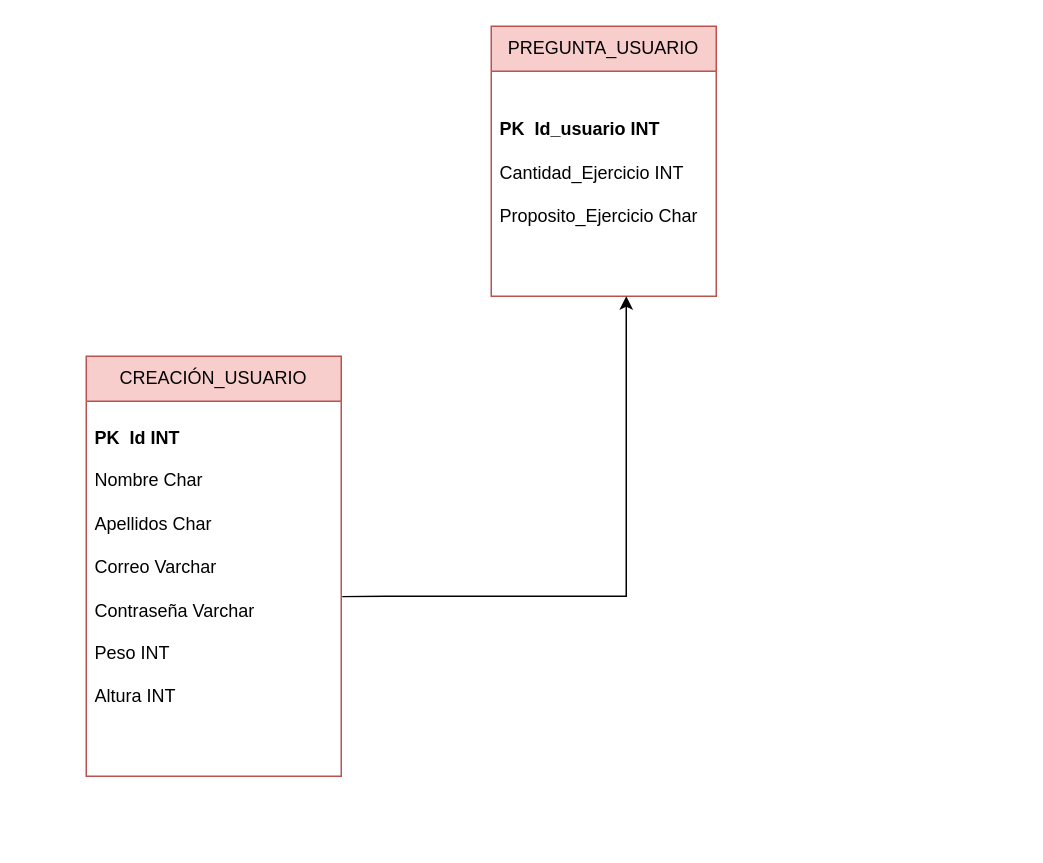
Before: Diagrama sin título.drawio in danidigitech/proyecto, a draw.io diagram. Source tidied: cells renumbered, new cells numbered last; positions are measured from the earlier drawing's top-left corner, leaving out a move shared by most shapes. Both pictures are drawn from the tidied source at 150%, with x=0, y=0 at pixel (86, 26).
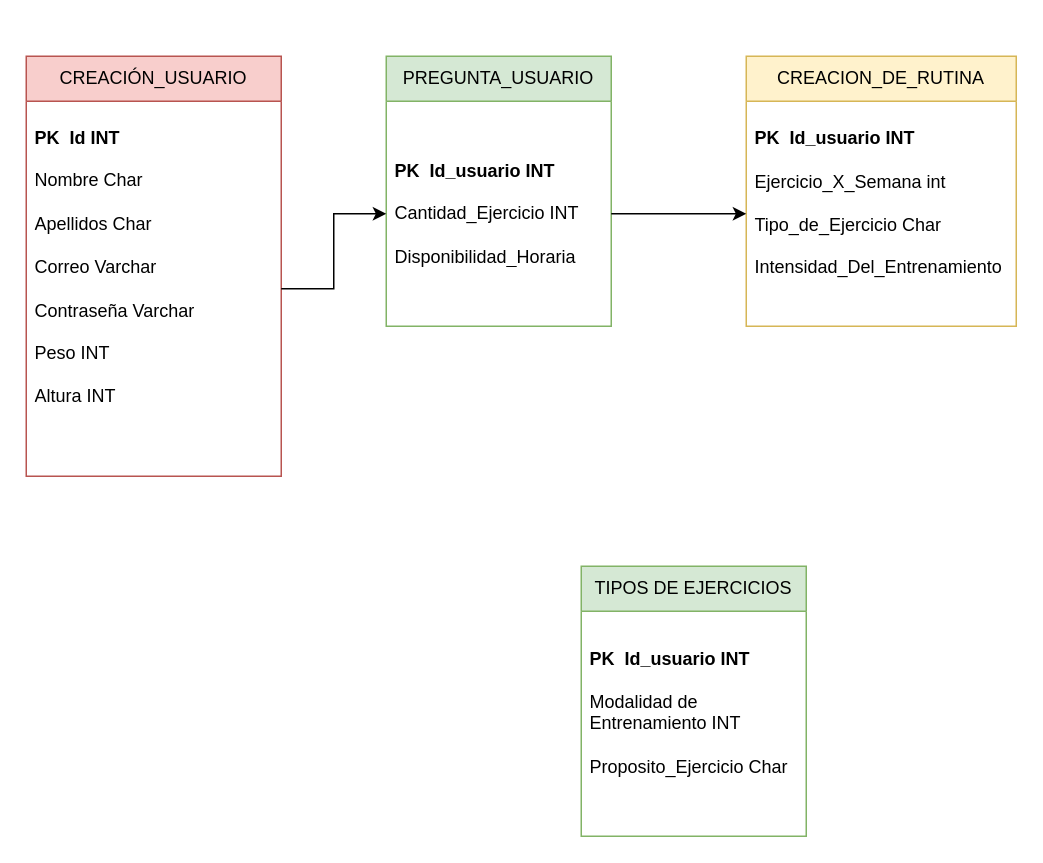
The same page after the edit.

Change to the diagram source:
```diff
@@
 <mxGraphModel>
   <root>
     <mxCell id="0" />
     <mxCell id="1" parent="0" />
     <mxCell id="2" value="CREACIÓN_USUARIO" style="swimlane;fontStyle=0;horizontal=1;startSize=30;whiteSpace=wrap;html=1;fillColor=#f8cecc;strokeColor=#b85450;" parent="1" vertex="1">
-      <mxGeometry y="220" width="170" height="280" as="geometry" />
+      <mxGeometry x="-40" y="20" width="170" height="280" as="geometry" />
     </mxCell>
     <mxCell id="3" value="&lt;div&gt;&lt;b&gt;PK&amp;nbsp; Id INT&lt;/b&gt;&lt;/div&gt;&lt;div&gt;&lt;b&gt;&lt;br&gt;&lt;/b&gt;&lt;/div&gt;Nombre Char&lt;div&gt;&lt;br style=&quot;padding: 0px; margin: 0px;&quot;&gt;Apellidos Char&lt;/div&gt;&lt;div&gt;&lt;br style=&quot;padding: 0px; margin: 0px;&quot;&gt;Correo Varchar&lt;/div&gt;&lt;div&gt;&lt;br style=&quot;padding: 0px; margin: 0px;&quot;&gt;Contraseña Varchar&lt;/div&gt;&lt;div&gt;&lt;br style=&quot;padding: 0px; margin: 0px;&quot;&gt;Peso INT&lt;br style=&quot;padding: 0px; margin: 0px;&quot;&gt;&lt;br&gt;&lt;/div&gt;&lt;div&gt;Altura INT&lt;div style=&quot;padding: 0px; margin: 0px;&quot;&gt;&lt;br style=&quot;padding: 0px; margin: 0px;&quot;&gt;&lt;/div&gt;&lt;div style=&quot;padding: 0px; margin: 0px;&quot;&gt;&lt;br style=&quot;padding: 0px; margin: 0px; text-wrap: nowrap;&quot;&gt;&lt;/div&gt;&lt;/div&gt;" style="text;strokeColor=none;fillColor=none;align=left;verticalAlign=middle;spacingLeft=4;spacingRight=4;overflow=hidden;points=[[0,0.5],[1,0.5]];portConstraint=eastwest;whiteSpace=wrap;html=1;" parent="2" vertex="1">
       <mxGeometry y="30" width="170" height="250" as="geometry" />
     </mxCell>
-    <mxCell id="4" value="PREGUNTA_USUARIO" style="swimlane;fontStyle=0;horizontal=1;startSize=30;whiteSpace=wrap;html=1;fillColor=#f8cecc;strokeColor=#b85450;" parent="1" vertex="1">
-      <mxGeometry x="270" width="150" height="180" as="geometry" />
+    <mxCell id="4" value="PREGUNTA_USUARIO" style="swimlane;fontStyle=0;horizontal=1;startSize=30;whiteSpace=wrap;html=1;fillColor=#d5e8d4;strokeColor=#82b366;" parent="1" vertex="1">
+      <mxGeometry x="200" y="20" width="150" height="180" as="geometry" />
     </mxCell>
-    <mxCell id="5" value="&lt;div&gt;&lt;b&gt;PK&amp;nbsp; Id_usuario INT&lt;/b&gt;&lt;/div&gt;&lt;div style=&quot;padding: 0px; margin: 0px;&quot;&gt;&lt;br&gt;&lt;/div&gt;&lt;div style=&quot;padding: 0px; margin: 0px;&quot;&gt;Cantidad_Ejercicio INT&lt;/div&gt;&lt;div style=&quot;padding: 0px; margin: 0px;&quot;&gt;&lt;br&gt;&lt;/div&gt;&lt;div style=&quot;padding: 0px; margin: 0px;&quot;&gt;Proposito_Ejercicio Char&lt;/div&gt;&lt;div style=&quot;padding: 0px; margin: 0px;&quot;&gt;&lt;br style=&quot;padding: 0px; margin: 0px; text-wrap: nowrap;&quot;&gt;&lt;/div&gt;" style="text;strokeColor=none;fillColor=none;align=left;verticalAlign=middle;spacingLeft=4;spacingRight=4;overflow=hidden;points=[[0,0.5],[1,0.5]];portConstraint=eastwest;whiteSpace=wrap;html=1;" parent="4" vertex="1">
+    <mxCell id="5" value="&lt;div&gt;&lt;b&gt;PK&amp;nbsp; Id_usuario INT&lt;/b&gt;&lt;/div&gt;&lt;div style=&quot;padding: 0px; margin: 0px;&quot;&gt;&lt;br&gt;&lt;/div&gt;&lt;div style=&quot;padding: 0px; margin: 0px;&quot;&gt;Cantidad_Ejercicio INT&lt;/div&gt;&lt;div style=&quot;padding: 0px; margin: 0px;&quot;&gt;&lt;br&gt;&lt;/div&gt;&lt;div style=&quot;padding: 0px; margin: 0px;&quot;&gt;Disponibilidad_Horaria&amp;nbsp;&lt;/div&gt;" style="text;strokeColor=none;fillColor=none;align=left;verticalAlign=middle;spacingLeft=4;spacingRight=4;overflow=hidden;points=[[0,0.5],[1,0.5]];portConstraint=eastwest;whiteSpace=wrap;html=1;" parent="4" vertex="1">
       <mxGeometry y="30" width="150" height="150" as="geometry" />
     </mxCell>
+    <mxCell id="7" value="CREACION_DE_RUTINA" style="swimlane;fontStyle=0;horizontal=1;startSize=30;whiteSpace=wrap;html=1;fillColor=#fff2cc;strokeColor=#d6b656;" parent="1" vertex="1">
+      <mxGeometry x="440" y="20" width="180" height="180" as="geometry" />
+    </mxCell>
+    <mxCell id="8" value="&lt;div&gt;&lt;b&gt;PK&amp;nbsp; Id_usuario INT&lt;/b&gt;&lt;/div&gt;&lt;div style=&quot;padding: 0px; margin: 0px;&quot;&gt;&lt;br&gt;&lt;/div&gt;&lt;div style=&quot;padding: 0px; margin: 0px;&quot;&gt;Ejercicio_X_Semana int&lt;/div&gt;&lt;div style=&quot;padding: 0px; margin: 0px;&quot;&gt;&lt;br&gt;&lt;/div&gt;&lt;div style=&quot;padding: 0px; margin: 0px;&quot;&gt;Tipo_de_Ejercicio Char&lt;/div&gt;&lt;div style=&quot;padding: 0px; margin: 0px;&quot;&gt;&lt;br&gt;&lt;/div&gt;&lt;div style=&quot;padding: 0px; margin: 0px;&quot;&gt;Intensidad_Del_Entrenamiento&lt;/div&gt;&lt;div style=&quot;padding: 0px; margin: 0px;&quot;&gt;&lt;br style=&quot;padding: 0px; margin: 0px; text-wrap: nowrap;&quot;&gt;&lt;/div&gt;" style="text;strokeColor=none;fillColor=none;align=left;verticalAlign=middle;spacingLeft=4;spacingRight=4;overflow=hidden;points=[[0,0.5],[1,0.5]];portConstraint=eastwest;whiteSpace=wrap;html=1;" parent="7" vertex="1">
+      <mxGeometry y="30" width="180" height="150" as="geometry" />
+    </mxCell>
+    <mxCell id="9" style="edgeStyle=orthogonalEdgeStyle;rounded=0;jettySize=auto;html=1;exitX=1;exitY=0.5;exitDx=0;exitDy=0;" parent="1" edge="1" source="5" target="8">
+      <mxGeometry relative="1" as="geometry" />
+    </mxCell>
-    <mxCell id="6" style="endArrow=classic;html=1;rounded=0;exitX=1.004;exitY=0.521;exitDx=0;exitDy=0;exitPerimeter=0;" parent="1" edge="1" source="3" target="5">
-      <mxGeometry relative="1" as="geometry">
-        <Array as="points">
-          <mxPoint x="200" y="380" />
-          <mxPoint x="360" y="380" />
-          <mxPoint x="360" y="180" />
-        </Array>
-      </mxGeometry>
+    <mxCell id="6" style="edgeStyle=orthogonalEdgeStyle;rounded=0;jettySize=auto;html=1;exitX=1;exitY=0.5;exitDx=0;exitDy=0;entryX=0;entryY=0.5;entryDx=0;entryDy=0;" parent="1" edge="1" source="3" target="5">
+      <mxGeometry relative="1" as="geometry" />
     </mxCell>
+    <mxCell id="10" value="TIPOS DE EJERCICIOS" style="swimlane;fontStyle=0;horizontal=1;startSize=30;whiteSpace=wrap;html=1;fillColor=#d5e8d4;strokeColor=#82b366;" parent="1" vertex="1">
+      <mxGeometry x="330" y="360" width="150" height="180" as="geometry" />
+    </mxCell>
+    <mxCell id="11" value="&lt;div&gt;&lt;b&gt;PK&amp;nbsp; Id_usuario INT&lt;/b&gt;&lt;/div&gt;&lt;div style=&quot;padding: 0px; margin: 0px;&quot;&gt;&lt;br&gt;&lt;/div&gt;&lt;div style=&quot;padding: 0px; margin: 0px;&quot;&gt;Modalidad de Entrenamiento INT&lt;/div&gt;&lt;div style=&quot;padding: 0px; margin: 0px;&quot;&gt;&lt;br&gt;&lt;/div&gt;&lt;div style=&quot;padding: 0px; margin: 0px;&quot;&gt;Proposito_Ejercicio Char&lt;/div&gt;&lt;div style=&quot;padding: 0px; margin: 0px;&quot;&gt;&lt;br style=&quot;padding: 0px; margin: 0px; text-wrap: nowrap;&quot;&gt;&lt;/div&gt;" style="text;strokeColor=none;fillColor=none;align=left;verticalAlign=middle;spacingLeft=4;spacingRight=4;overflow=hidden;whiteSpace=wrap;html=1;" parent="10" vertex="1">
+      <mxGeometry y="30" width="150" height="150" as="geometry" />
+    </mxCell>
   </root>
 </mxGraphModel>
```
